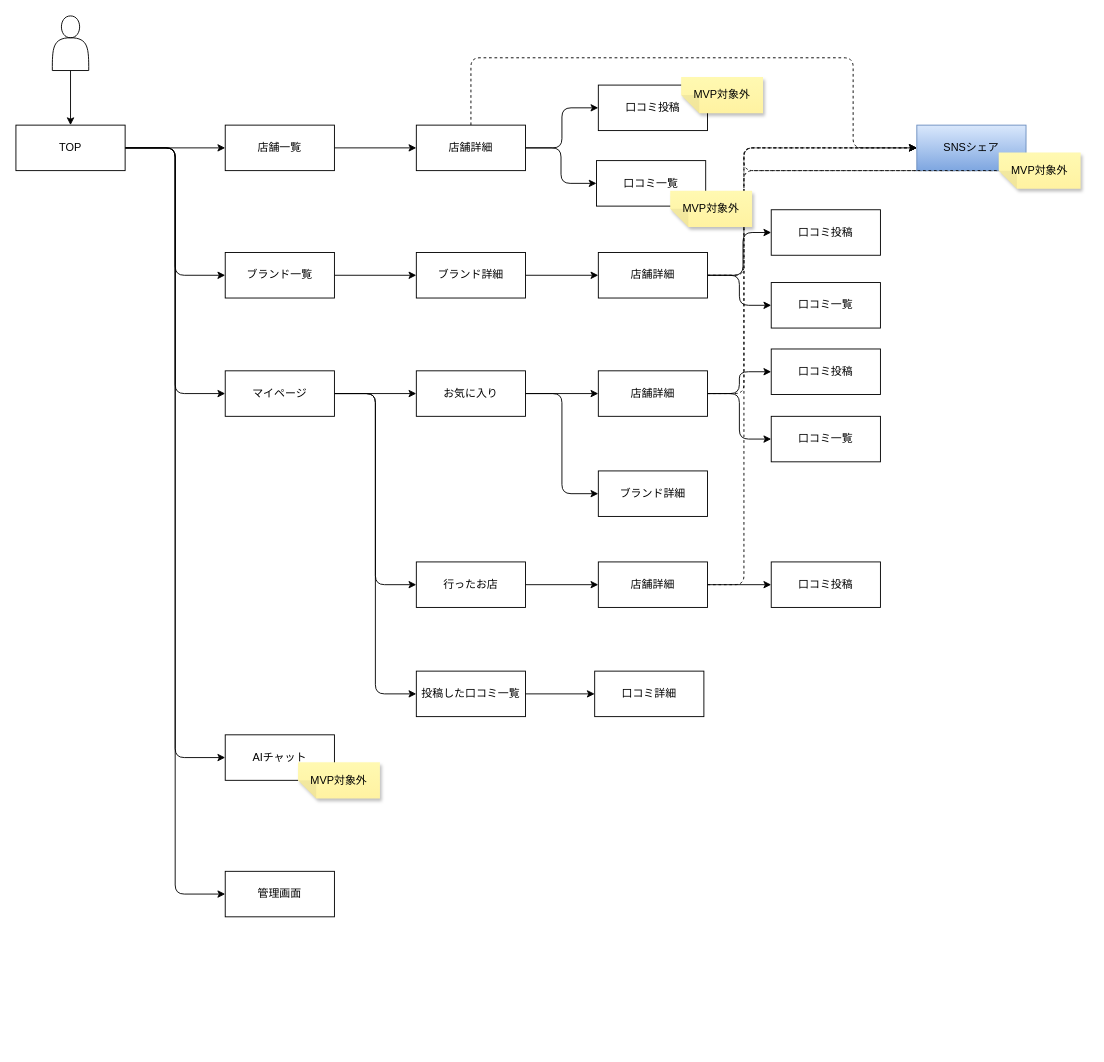
The draw.io diagram doc/画面遷移図.drawio in Capricorn-code/dabot, before the edit. Source tidied: cells renumbered, new cells numbered last; positions are measured from the earlier drawing's top-left corner, leaving out a move shared by most shapes. Both pictures are drawn from the tidied source at 91%, with x=0, y=0 at pixel (15, 15).
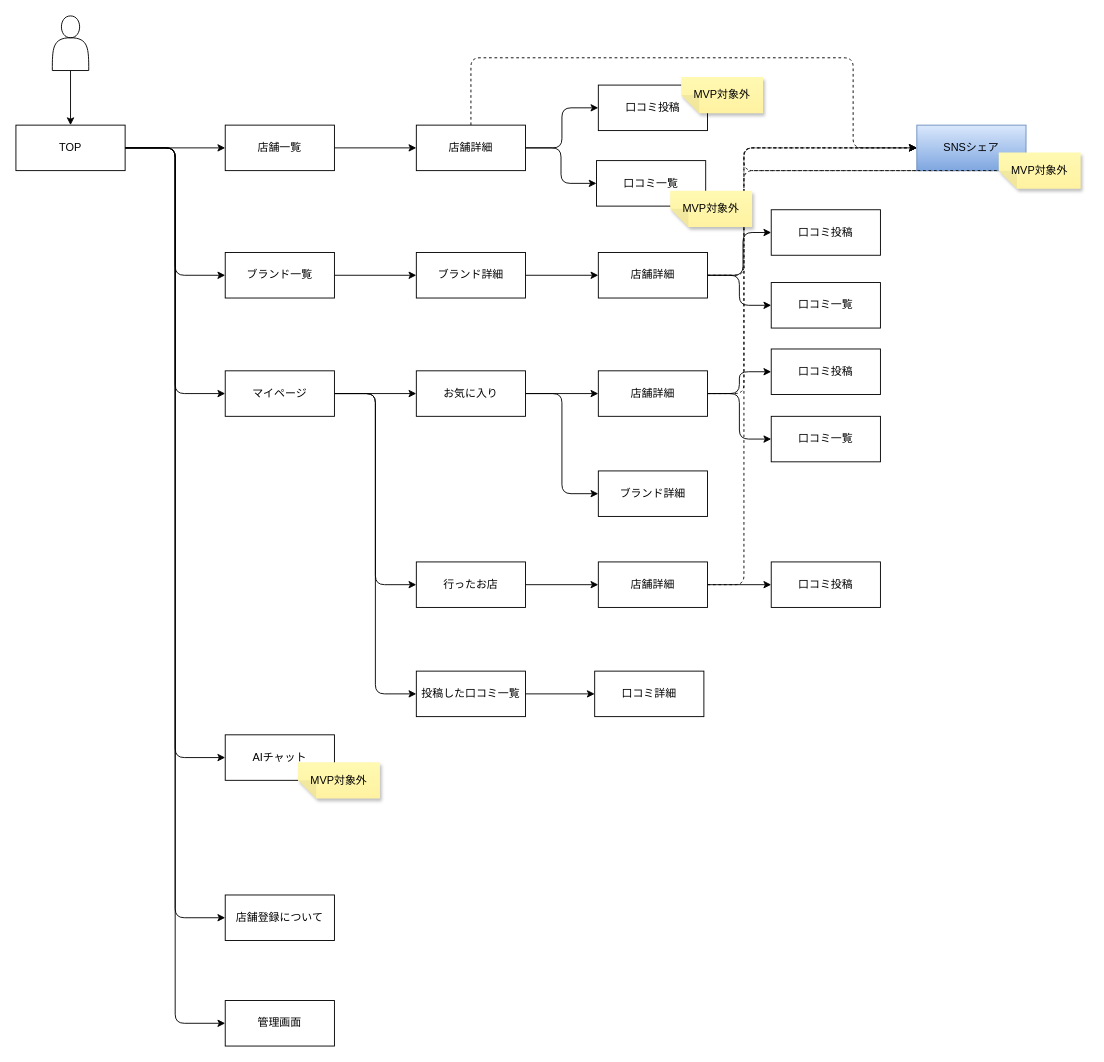
The same page after the edit.

The change refers to these unchanged cells:
```xml
<mxCell id="7" value="TOP" style="whiteSpace=wrap;html=1;" parent="1" vertex="1">
  <mxGeometry y="120" width="120" height="50" as="geometry" />
</mxCell>
```

Change to the diagram source:
```diff
@@
     <mxCell id="34" value="管理画面" style="whiteSpace=wrap;html=1;" parent="1" vertex="1">
-      <mxGeometry x="230" y="940" width="120" height="50" as="geometry" />
+      <mxGeometry x="230" y="1082" width="120" height="50" as="geometry" />
     </mxCell>
@@
+    <mxCell id="59" value="店舗登録について" style="whiteSpace=wrap;html=1;" parent="1" vertex="1">
+      <mxGeometry x="230" y="966" width="120" height="50" as="geometry" />
+    </mxCell>
+    <mxCell id="60" style="edgeStyle=orthogonalEdgeStyle;html=1;entryX=0;entryY=0.5;entryDx=0;entryDy=0;exitX=1;exitY=0.5;exitDx=0;exitDy=0;" parent="1" edge="1" source="7" target="59">
+      <mxGeometry relative="1" as="geometry" />
+    </mxCell>
```
